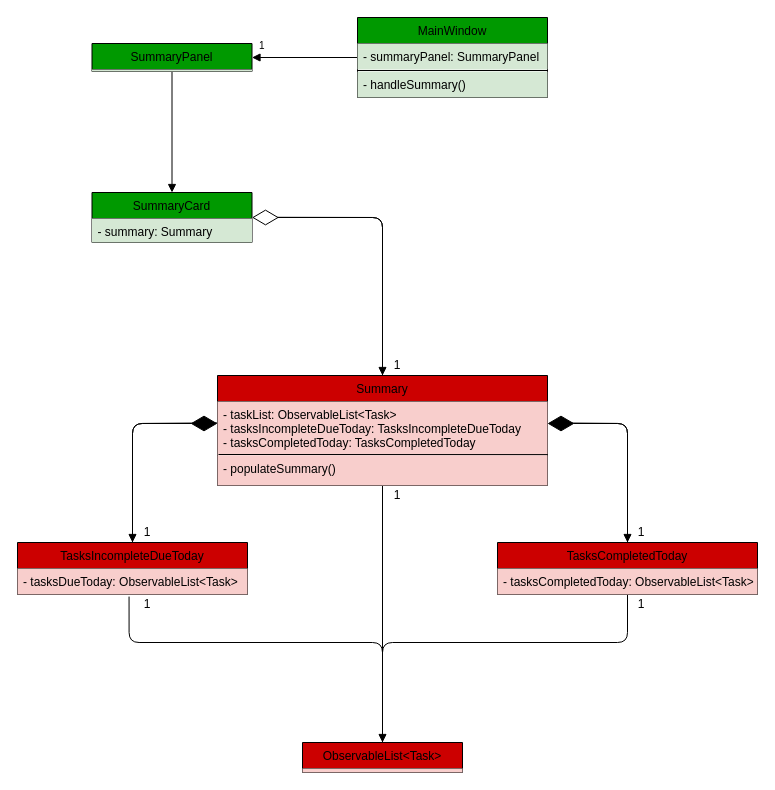
The draw.io diagram docs/diagrams/SummaryPanelClassDiagram.drawio in yapdianhao/main, before the edit. Source tidied: cells renumbered, new cells numbered last; positions are measured from the earlier drawing's top-left corner, leaving out a move shared by most shapes. Both pictures are drawn from the tidied source at 100%, with x=0, y=0 at pixel (17, 17).
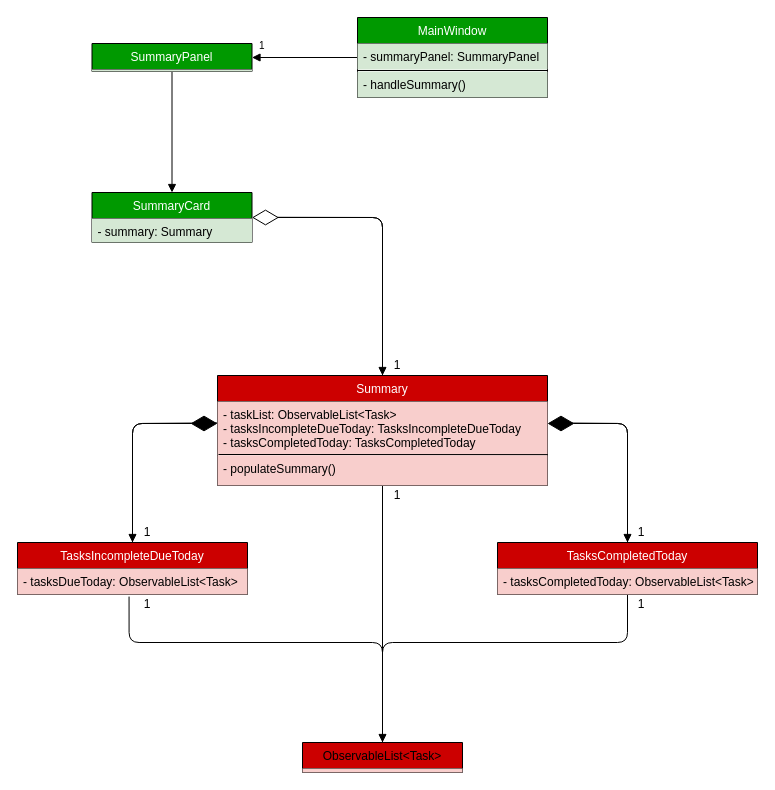
After the change.

What changed in the source:
```diff
@@
-    <mxCell id="20" value="TasksIncompleteDueToday" style="swimlane;fontStyle=0;align=center;verticalAlign=top;horizontal=1;startSize=26;fillColor=#CC0000;" parent="1" vertex="1">
+    <mxCell id="20" value="TasksIncompleteDueToday" style="swimlane;fontStyle=0;align=center;verticalAlign=top;horizontal=1;startSize=26;fillColor=#CC0000;fontColor=#FFFFFF;" parent="1" vertex="1">
       <mxGeometry y="525" width="230" height="52" as="geometry" />
     </mxCell>
@@
-    <mxCell id="22" value="TasksCompletedToday" style="swimlane;fontStyle=0;align=center;verticalAlign=top;horizontal=1;startSize=26;fillColor=#CC0000;" parent="1" vertex="1">
+    <mxCell id="22" value="TasksCompletedToday" style="swimlane;fontStyle=0;align=center;verticalAlign=top;horizontal=1;startSize=26;fillColor=#CC0000;fontColor=#FFFFFF;" parent="1" vertex="1">
       <mxGeometry x="480" y="525" width="260" height="52" as="geometry" />
     </mxCell>
@@
-    <mxCell id="24" value="Summary" style="swimlane;fontStyle=0;align=center;verticalAlign=top;horizontal=1;startSize=26;fillColor=#CC0000;" parent="1" vertex="1">
+    <mxCell id="24" value="Summary" style="swimlane;fontStyle=0;align=center;verticalAlign=top;horizontal=1;startSize=26;fillColor=#CC0000;fontColor=#FFFFFF;" parent="1" vertex="1">
       <mxGeometry x="200" y="358" width="330" height="110" as="geometry" />
     </mxCell>
@@
-    <mxCell id="28" value="SummaryCard" style="swimlane;fontStyle=0;align=center;verticalAlign=top;horizontal=1;startSize=26;fillColor=#009900;" parent="1" vertex="1">
+    <mxCell id="28" value="SummaryCard" style="swimlane;fontStyle=0;align=center;verticalAlign=top;horizontal=1;startSize=26;fillColor=#009900;fontColor=#FFFFFF;" parent="1" vertex="1">
       <mxGeometry x="74.5" y="175" width="160" height="50" as="geometry" />
     </mxCell>
@@
-    <mxCell id="30" value="MainWindow" style="swimlane;fontStyle=0;align=center;verticalAlign=top;horizontal=1;startSize=26;fillColor=#009900;" parent="1" vertex="1">
+    <mxCell id="30" value="MainWindow" style="swimlane;fontStyle=0;align=center;verticalAlign=top;horizontal=1;startSize=26;fillColor=#009900;fontColor=#FFFFFF;" parent="1" vertex="1">
       <mxGeometry x="340" width="190" height="80" as="geometry" />
     </mxCell>
@@
-    <mxCell id="34" value="SummaryPanel" style="swimlane;fontStyle=0;align=center;verticalAlign=top;horizontal=1;startSize=26;fillColor=#009900;" parent="1" vertex="1">
+    <mxCell id="34" value="SummaryPanel" style="swimlane;fontStyle=0;align=center;verticalAlign=top;horizontal=1;startSize=26;fillColor=#009900;fontColor=#FFFFFF;" parent="1" vertex="1">
       <mxGeometry x="74.5" y="26" width="160" height="28" as="geometry" />
     </mxCell>
```
